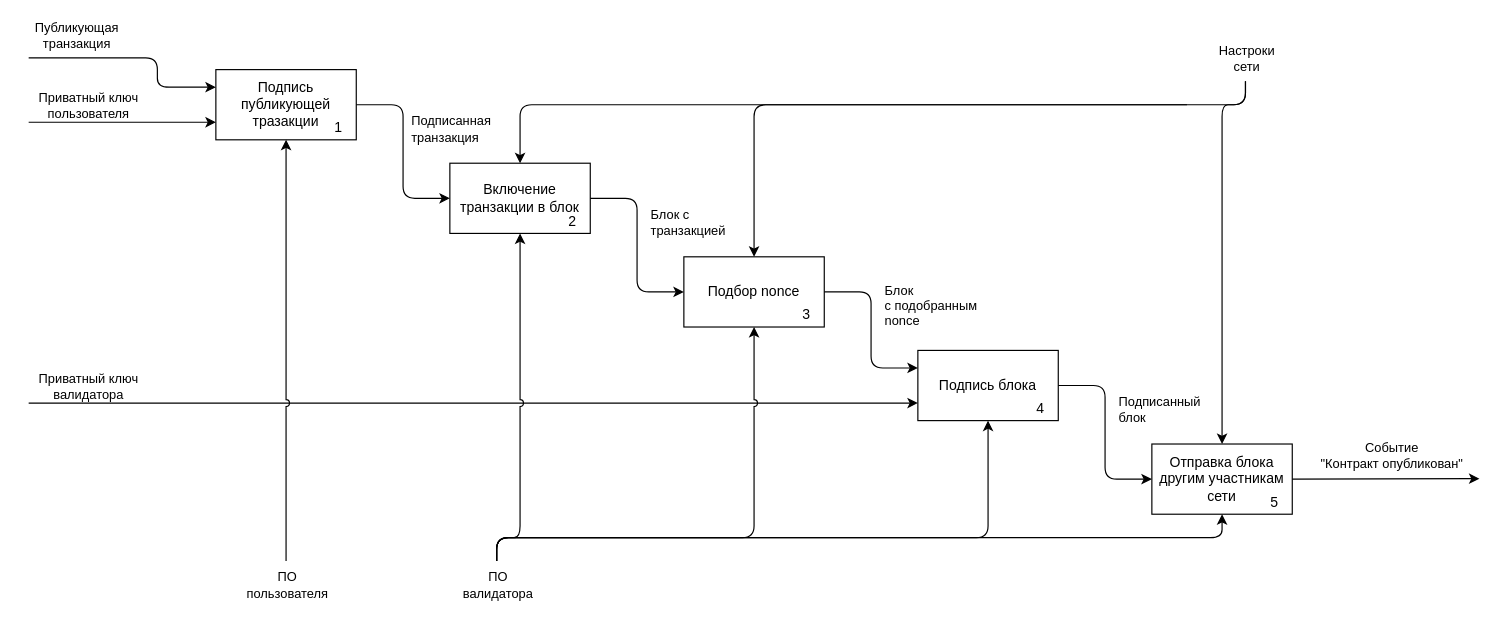
Before: page "Страница 3" (3 of 8) of system_analysis/lab2.drawio in Trickster2038/BmstuDocs7, a draw.io diagram. Source tidied: cells renumbered, new cells numbered last; positions are measured from the earlier drawing's top-left corner, leaving out a move shared by most shapes. Both pictures are drawn from the tidied source at 117%, with x=0, y=0 at pixel (28, 57).
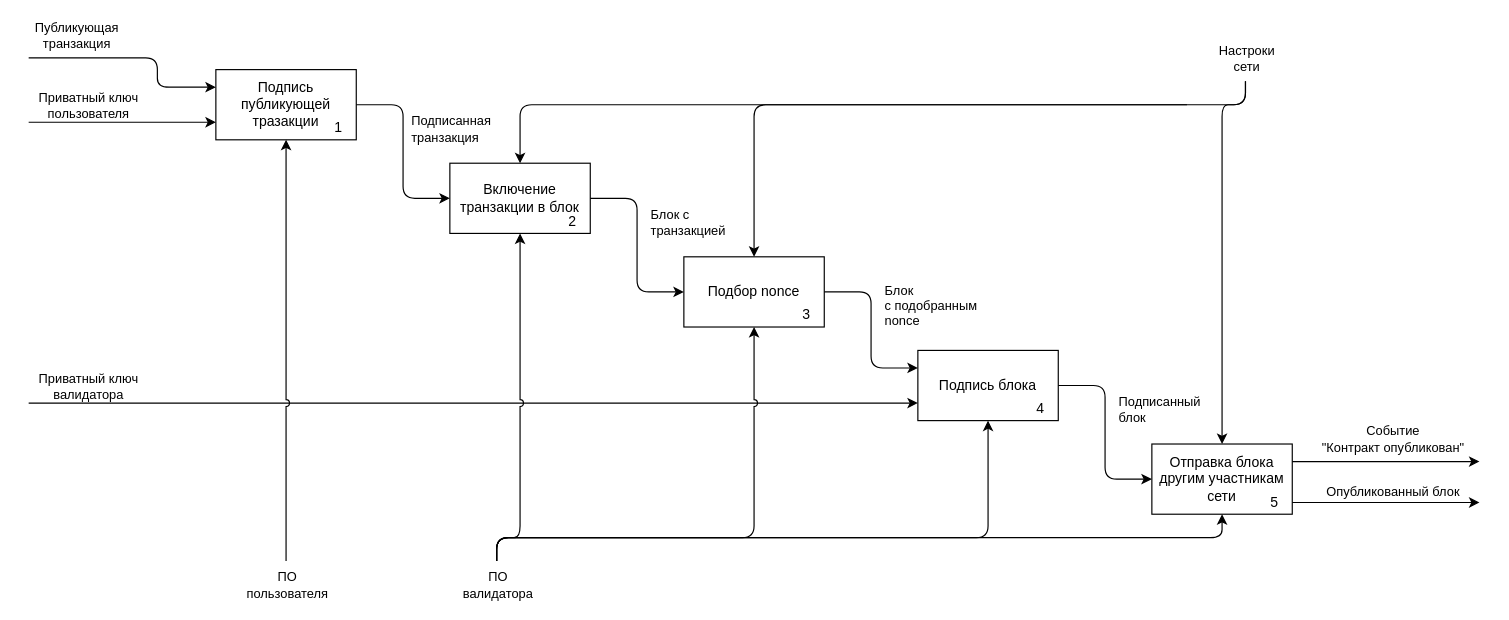
Above is the later version.

The change refers to these unchanged cells:
```xml
<mxCell id="4" value="Отправка блока другим участникам сети" style="rounded=0;whiteSpace=wrap;html=1;" parent="1" vertex="1">
  <mxGeometry x="960" y="330" width="120" height="60" as="geometry" />
</mxCell>
<mxCell id="26" value="5" style="text;html=1;strokeColor=none;fillColor=none;align=center;verticalAlign=middle;whiteSpace=wrap;rounded=0;" parent="1" vertex="1">
  <mxGeometry x="1050" y="370" width="30" height="20" as="geometry" />
</mxCell>
```

The edit, as a diff of the source:
```diff
@@
-    <mxCell id="21" style="endArrow=classic;html=1;rounded=0;exitX=1;exitY=0.5;exitDx=0;exitDy=0;" parent="1" edge="1" source="4">
+    <mxCell id="21" style="endArrow=classic;html=1;rounded=0;exitX=1;exitY=0.25;exitDx=0;exitDy=0;" parent="1" edge="1" source="4">
       <mxGeometry relative="1" as="geometry">
-        <mxPoint x="1240" y="359.6" as="targetPoint" />
+        <mxPoint x="1240" y="345" as="targetPoint" />
       </mxGeometry>
     </mxCell>
@@
+    <mxCell id="39" style="endArrow=classic;html=1;rounded=0;exitX=1;exitY=0.5;exitDx=0;exitDy=0;" parent="1" edge="1" source="26">
+      <mxGeometry relative="1" as="geometry">
+        <mxPoint x="1240" y="380" as="targetPoint" />
+      </mxGeometry>
+    </mxCell>
+    <mxCell id="40" value="Опубликованный блок" style="edgeLabel;html=1;align=center;verticalAlign=middle;labelBackgroundColor=none;" parent="39" vertex="1">
+      <mxGeometry relative="1" as="geometry">
+        <mxPoint x="5" y="-10" as="offset" />
+      </mxGeometry>
+    </mxCell>
```
